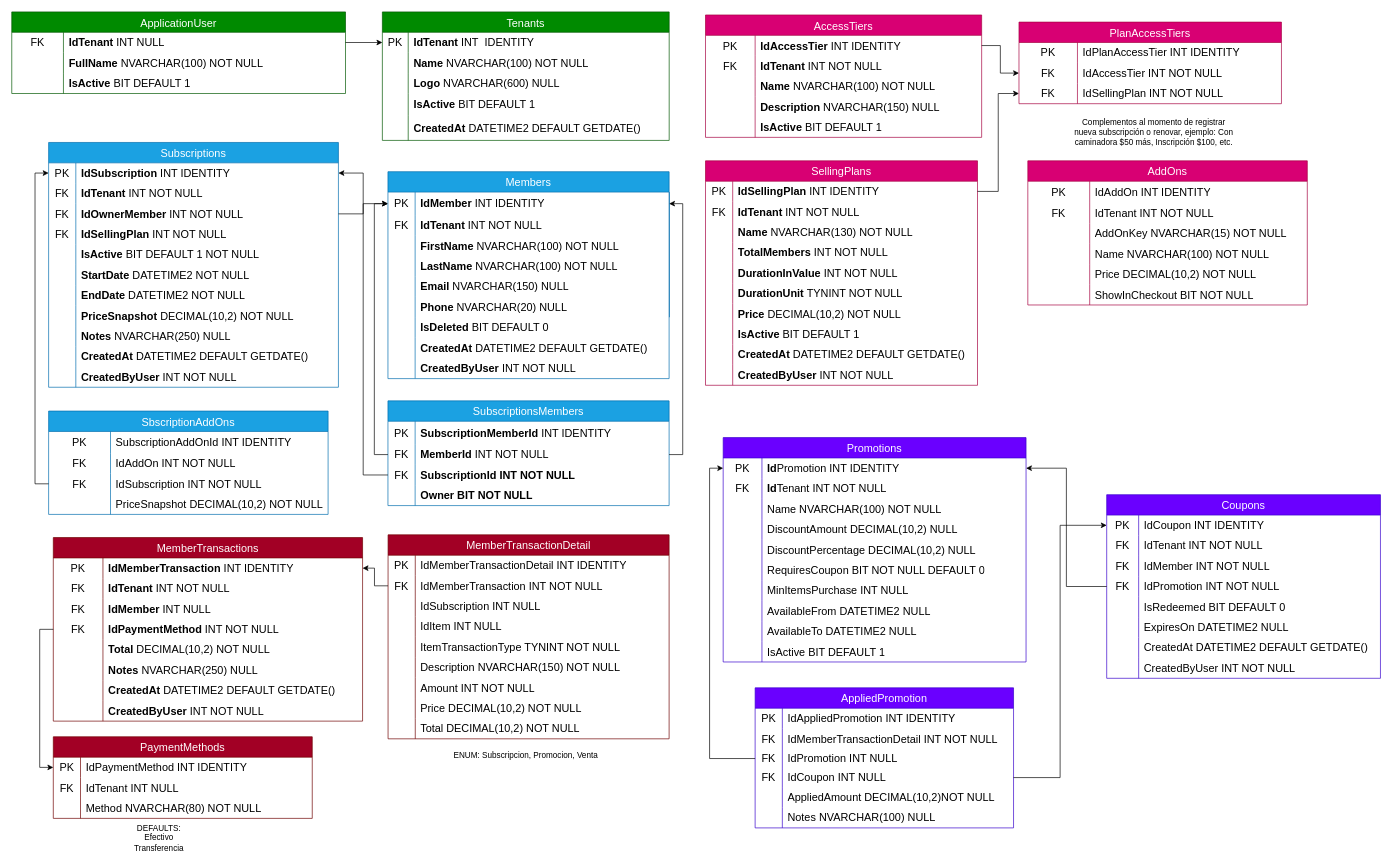
Earlier version of the draw.io diagram docs/AcxessDataBaseDiagram.drawio (Maumedev/Acxess). Source tidied: cells renumbered, new cells numbered last; positions are measured from the earlier drawing's top-left corner, leaving out a move shared by most shapes. Both pictures are drawn from the tidied source at 68%, with x=0, y=0 at pixel (12, 12).
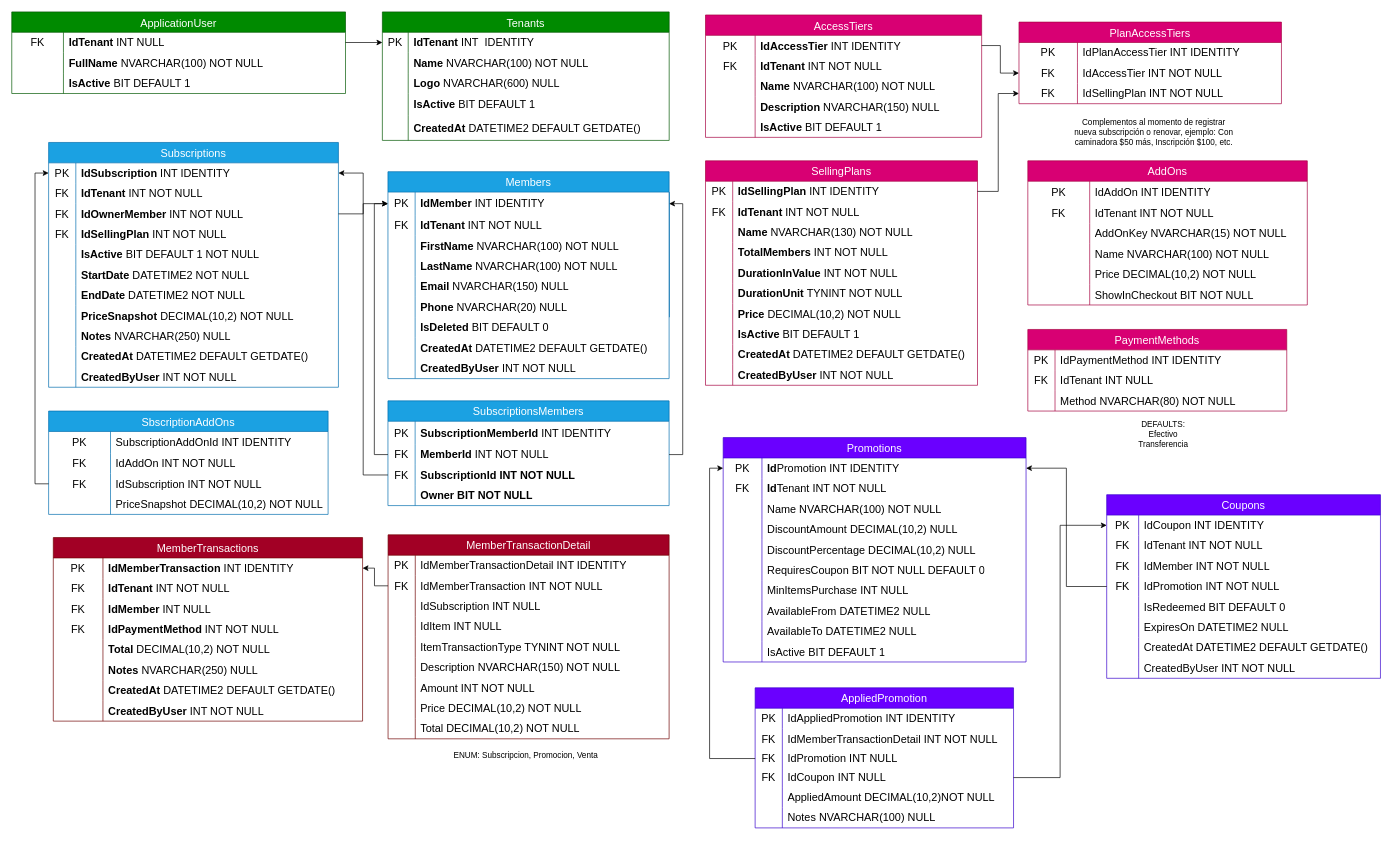
The same page after the edit.

Unchanged cells that the change refers to:
```xml
<mxCell id="148" style="shape=tableRow;horizontal=0;startSize=0;swimlaneHead=0;swimlaneBody=0;top=0;left=0;bottom=0;right=0;fillColor=none;points=[[0,0.5],[1,0.5]];portConstraint=eastwest;strokeColor=inherit;fontSize=16;" parent="138" vertex="1">
  <mxGeometry y="120" width="454.8" height="30" as="geometry" />
</mxCell>
<mxCell id="284" style="shape=tableRow;horizontal=0;startSize=0;swimlaneHead=0;swimlaneBody=0;top=0;left=0;bottom=0;right=0;fillColor=none;points=[[0,0.5],[1,0.5]];portConstraint=eastwest;strokeColor=inherit;fontSize=16;" parent="283" vertex="1">
  <mxGeometry y="30" width="380.8" height="30" as="geometry" />
</mxCell>
```

What changed in the source:
```diff
@@
-    <mxCell id="283" value="PaymentMethods" style="shape=table;startSize=30;childLayout=tableLayout;rowLines=0;fontStyle=0;strokeColor=#6F0000;fontSize=16;fillColor=#a20025;fontColor=#ffffff;" parent="1" vertex="1">
-      <mxGeometry x="60.9" y="1066" width="380.8" height="120" as="geometry" />
+    <mxCell id="283" value="PaymentMethods" style="shape=table;startSize=30;childLayout=tableLayout;rowLines=0;fontStyle=0;strokeColor=#A50040;fontSize=16;fillColor=#d80073;fontColor=#ffffff;" parent="1" vertex="1">
+      <mxGeometry x="1494" y="467" width="380.8" height="120" as="geometry" />
     </mxCell>
@@
     <mxCell id="293" value="DEFAULTS:&lt;div&gt;Efectivo&lt;/div&gt;&lt;div&gt;Transferencia&lt;/div&gt;" style="text;html=1;whiteSpace=wrap;strokeColor=none;fillColor=none;align=center;verticalAlign=middle;rounded=0;" parent="1" vertex="1">
-      <mxGeometry x="124" y="1200" width="185" height="30" as="geometry" />
+      <mxGeometry x="1601" y="606" width="185" height="30" as="geometry" />
     </mxCell>
-    <mxCell id="294" style="edgeStyle=orthogonalEdgeStyle;rounded=0;jettySize=auto;html=1;exitX=0;exitY=0.5;exitDx=0;exitDy=0;entryX=0;entryY=0.5;entryDx=0;entryDy=0;" parent="1" edge="1" source="148" target="284">
-      <mxGeometry relative="1" as="geometry" />
-    </mxCell>
```
